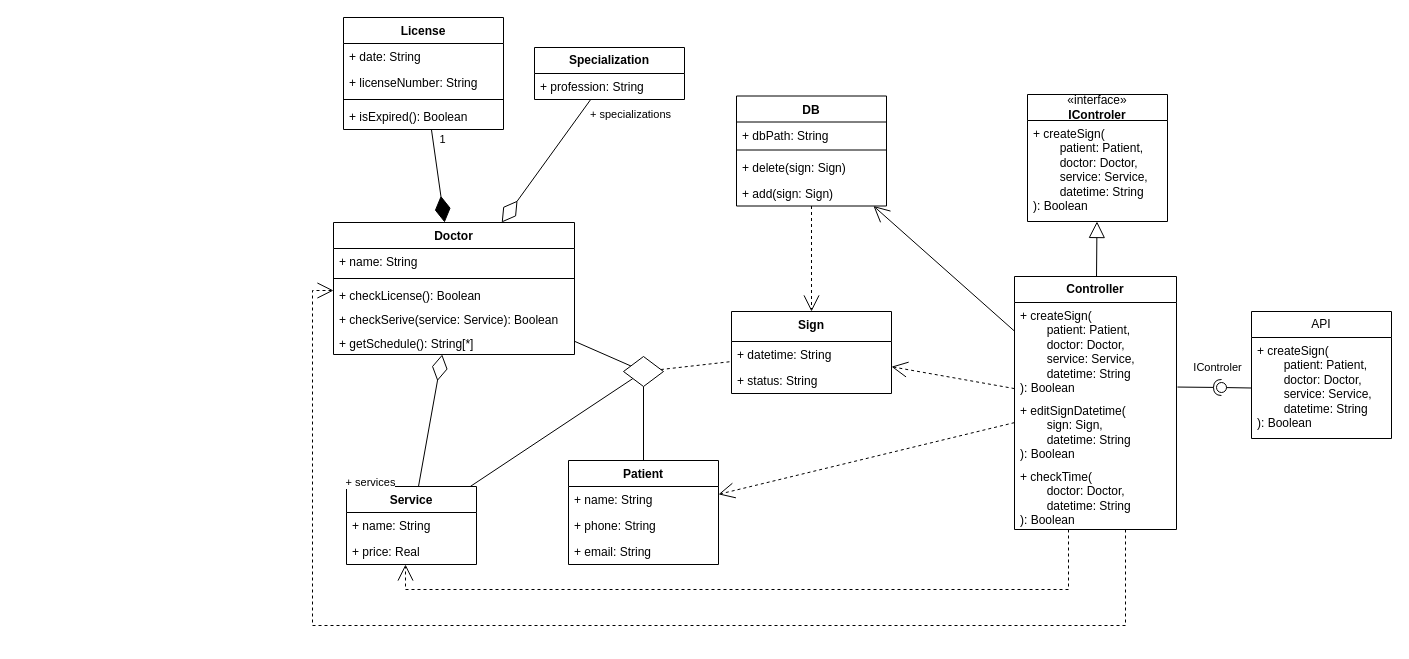
Earlier version of the draw.io diagram page "классов" (4 of 6) of 2 лаба.drawio (Encorsio23/OOAPGovorovMikhailitsinMuslimov). Source tidied: cells renumbered, new cells numbered last; positions are measured from the earlier drawing's top-left corner, leaving out a move shared by most shapes. Both pictures are drawn from the tidied source at 100%, with x=0, y=0 at pixel (312, 17).
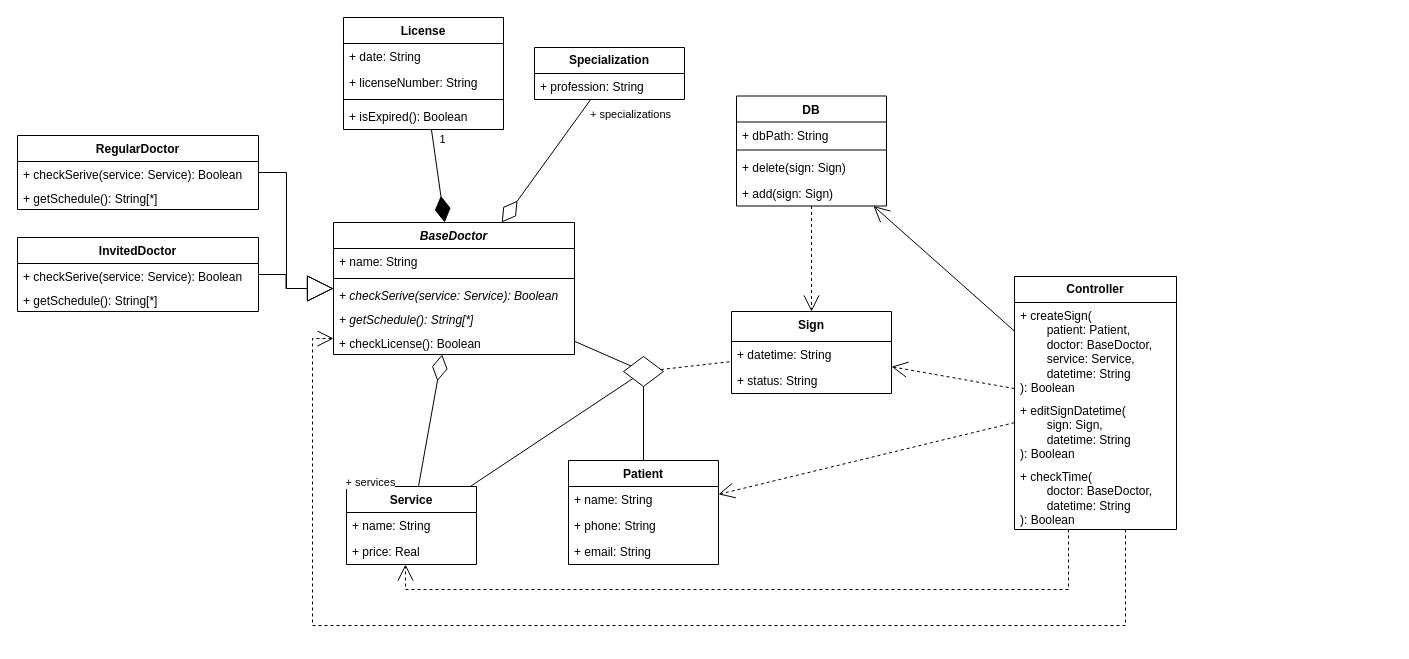
After the change.

Unchanged cells that the change refers to:
```xml
<mxCell id="30" value="&lt;span style=&quot;font-weight: 700;&quot;&gt;Controller&lt;/span&gt;" style="swimlane;fontStyle=0;horizontal=1;startSize=26;fillColor=none;whiteSpace=wrap;html=1;" parent="1" vertex="1">
  <mxGeometry x="702" y="259" width="162" height="253" as="geometry" />
</mxCell>
```

What changed in the source:
```diff
@@
+    <mxCell id="57" style="edgeStyle=orthogonalEdgeStyle;rounded=0;jettySize=auto;html=1;startArrow=block;startFill=0;endArrow=none;endFill=0;endSize=24;startSize=24;" parent="1" edge="1" source="19" target="61">
+      <mxGeometry relative="1" as="geometry" />
+    </mxCell>
-    <mxCell id="19" value="Doctor" style="swimlane;fontStyle=1;align=center;verticalAlign=top;horizontal=1;startSize=26;whiteSpace=wrap;html=1;" parent="1" vertex="1">
+    <mxCell id="19" value="&lt;i&gt;BaseDoctor&lt;/i&gt;" style="swimlane;fontStyle=1;align=center;verticalAlign=top;horizontal=1;startSize=26;whiteSpace=wrap;html=1;" parent="1" vertex="1">
       <mxGeometry x="21" y="205" width="241" height="132" as="geometry" />
     </mxCell>
@@
-    <mxCell id="22" value="+ checkLicense(): Boolean" style="text;strokeColor=none;fillColor=none;align=left;verticalAlign=top;spacingLeft=4;spacingRight=4;overflow=hidden;whiteSpace=wrap;html=1;" parent="19" vertex="1">
-      <mxGeometry y="60" width="241" height="24" as="geometry" />
-    </mxCell>
-    <mxCell id="23" value="+ checkSerive(service: Service): Boolean" style="text;strokeColor=none;fillColor=none;align=left;verticalAlign=top;spacingLeft=4;spacingRight=4;overflow=hidden;whiteSpace=wrap;html=1;" parent="19" vertex="1">
-      <mxGeometry y="84" width="241" height="24" as="geometry" />
+    <mxCell id="23" value="&lt;i&gt;+ checkSerive(service: Service): Boolean&lt;/i&gt;" style="text;strokeColor=none;fillColor=none;align=left;verticalAlign=top;spacingLeft=4;spacingRight=4;overflow=hidden;whiteSpace=wrap;html=1;" parent="19" vertex="1">
+      <mxGeometry y="60" width="241" height="24" as="geometry" />
     </mxCell>
-    <mxCell id="24" value="+ getSchedule(): String[*]" style="text;strokeColor=none;fillColor=none;align=left;verticalAlign=top;spacingLeft=4;spacingRight=4;overflow=hidden;whiteSpace=wrap;html=1;" parent="19" vertex="1">
-      <mxGeometry y="108" width="241" height="24" as="geometry" />
+    <mxCell id="24" value="&lt;i&gt;+ getSchedule(): String[*]&lt;/i&gt;" style="text;strokeColor=none;fillColor=none;align=left;verticalAlign=top;spacingLeft=4;spacingRight=4;overflow=hidden;whiteSpace=wrap;html=1;" parent="19" vertex="1">
+      <mxGeometry y="84" width="241" height="24" as="geometry" />
     </mxCell>
-    <mxCell id="25" style="rounded=0;jettySize=auto;html=1;startArrow=block;startFill=0;endArrow=none;endFill=0;startSize=14;" parent="1" edge="1" source="26" target="30">
-      <mxGeometry relative="1" as="geometry" />
-    </mxCell>
-    <mxCell id="26" value="«interface»&lt;br&gt;&lt;b&gt;IControler&lt;/b&gt;" style="swimlane;fontStyle=0;horizontal=1;startSize=26;fillColor=none;whiteSpace=wrap;html=1;" parent="1" vertex="1">
-      <mxGeometry x="715" y="77" width="140" height="127" as="geometry" />
-    </mxCell>
-    <mxCell id="27" value="+ createSign(&lt;div&gt;&lt;span style=&quot;white-space: pre;&quot;&gt;&#9;&lt;/span&gt;patient: Patient,&lt;/div&gt;&lt;div&gt;&lt;span style=&quot;white-space: pre;&quot;&gt;&#9;&lt;/span&gt;doctor: Doctor,&lt;/div&gt;&lt;div&gt;&lt;span style=&quot;white-space: pre;&quot;&gt;&#9;&lt;/span&gt;service: Service,&lt;/div&gt;&lt;div&gt;&lt;span style=&quot;white-space: pre;&quot;&gt;&#9;&lt;/span&gt;datetime: String&lt;/div&gt;&lt;div&gt;):&amp;nbsp;&lt;span style=&quot;background-color: transparent; color: light-dark(rgb(0, 0, 0), rgb(255, 255, 255));&quot;&gt;Boolean&lt;/span&gt;&lt;/div&gt;" style="text;strokeColor=none;fillColor=none;align=left;verticalAlign=top;spacingLeft=4;spacingRight=4;overflow=hidden;whiteSpace=wrap;html=1;" parent="26" vertex="1">
-      <mxGeometry y="26" width="140" height="101" as="geometry" />
-    </mxCell>
+    <mxCell id="22" value="+ checkLicense(): Boolean" style="text;strokeColor=none;fillColor=none;align=left;verticalAlign=top;spacingLeft=4;spacingRight=4;overflow=hidden;whiteSpace=wrap;html=1;" parent="19" vertex="1">
+      <mxGeometry y="108" width="241" height="24" as="geometry" />
+    </mxCell>
@@
-    <mxCell id="31" value="+ createSign(&lt;div&gt;&lt;span style=&quot;white-space: pre;&quot;&gt;&#9;&lt;/span&gt;patient: Patient,&lt;/div&gt;&lt;div&gt;&lt;span style=&quot;white-space: pre;&quot;&gt;&#9;&lt;/span&gt;doctor: Doctor,&lt;/div&gt;&lt;div&gt;&lt;span style=&quot;white-space: pre;&quot;&gt;&#9;&lt;/span&gt;service: Service,&lt;/div&gt;&lt;div&gt;&lt;div&gt;&lt;span style=&quot;white-space: pre;&quot;&gt;&#9;&lt;/span&gt;datetime: String&lt;/div&gt;&lt;/div&gt;&lt;div&gt;):&amp;nbsp;&lt;span style=&quot;background-color: transparent; color: light-dark(rgb(0, 0, 0), rgb(255, 255, 255));&quot;&gt;Boolean&lt;/span&gt;&lt;/div&gt;" style="text;strokeColor=none;fillColor=none;align=left;verticalAlign=top;spacingLeft=4;spacingRight=4;overflow=hidden;points=[[0,0.5],[1,0.5]];portConstraint=eastwest;whiteSpace=wrap;html=1;" parent="30" vertex="1">
+    <mxCell id="31" value="+ createSign(&lt;div&gt;&lt;span style=&quot;white-space: pre;&quot;&gt;&#9;&lt;/span&gt;patient: Patient,&lt;/div&gt;&lt;div&gt;&lt;span style=&quot;white-space: pre;&quot;&gt;&#9;&lt;/span&gt;doctor: BaseDoctor,&lt;/div&gt;&lt;div&gt;&lt;span style=&quot;white-space: pre;&quot;&gt;&#9;&lt;/span&gt;service: Service,&lt;/div&gt;&lt;div&gt;&lt;div&gt;&lt;span style=&quot;white-space: pre;&quot;&gt;&#9;&lt;/span&gt;datetime: String&lt;/div&gt;&lt;/div&gt;&lt;div&gt;):&amp;nbsp;&lt;span style=&quot;background-color: transparent; color: light-dark(rgb(0, 0, 0), rgb(255, 255, 255));&quot;&gt;Boolean&lt;/span&gt;&lt;/div&gt;" style="text;strokeColor=none;fillColor=none;align=left;verticalAlign=top;spacingLeft=4;spacingRight=4;overflow=hidden;points=[[0,0.5],[1,0.5]];portConstraint=eastwest;whiteSpace=wrap;html=1;" parent="30" vertex="1">
       <mxGeometry y="26" width="162" height="95" as="geometry" />
     </mxCell>
@@
-    <mxCell id="33" value="+ checkTime(&lt;div&gt;&lt;span style=&quot;white-space: pre;&quot;&gt;&#9;&lt;/span&gt;doctor: Doctor,&lt;/div&gt;&lt;div&gt;&lt;span style=&quot;white-space: pre;&quot;&gt;&#9;&lt;/span&gt;datetime: String&lt;br&gt;&lt;/div&gt;&lt;div&gt;): Boolean&lt;/div&gt;" style="text;strokeColor=none;fillColor=none;align=left;verticalAlign=top;spacingLeft=4;spacingRight=4;overflow=hidden;whiteSpace=wrap;html=1;" parent="30" vertex="1">
+    <mxCell id="33" value="+ checkTime(&lt;div&gt;&lt;span style=&quot;white-space: pre;&quot;&gt;&#9;&lt;/span&gt;doctor: BaseDoctor,&lt;/div&gt;&lt;div&gt;&lt;span style=&quot;white-space: pre;&quot;&gt;&#9;&lt;/span&gt;datetime: String&lt;br&gt;&lt;/div&gt;&lt;div&gt;): Boolean&lt;/div&gt;" style="text;strokeColor=none;fillColor=none;align=left;verticalAlign=top;spacingLeft=4;spacingRight=4;overflow=hidden;whiteSpace=wrap;html=1;" parent="30" vertex="1">
       <mxGeometry y="187" width="162" height="66" as="geometry" />
     </mxCell>
@@
     <mxCell id="47" style="edgeStyle=orthogonalEdgeStyle;rounded=0;jettySize=auto;html=1;dashed=1;endArrow=open;endFill=0;endSize=14;" parent="1" edge="1" source="30" target="19">
       <mxGeometry relative="1" as="geometry">
         <Array as="points">
           <mxPoint x="813" y="608" />
           <mxPoint y="608" />
-          <mxPoint y="273" />
+          <mxPoint y="321" />
         </Array>
       </mxGeometry>
     </mxCell>
@@
-    <mxCell id="51" value="API" style="swimlane;fontStyle=0;horizontal=1;startSize=26;fillColor=none;whiteSpace=wrap;html=1;" parent="1" vertex="1">
-      <mxGeometry x="939" y="294" width="140" height="127" as="geometry" />
-    </mxCell>
-    <mxCell id="52" value="+ createSign(&lt;div&gt;&lt;span style=&quot;white-space: pre;&quot;&gt;&#9;&lt;/span&gt;patient: Patient,&lt;/div&gt;&lt;div&gt;&lt;span style=&quot;white-space: pre;&quot;&gt;&#9;&lt;/span&gt;doctor: Doctor,&lt;/div&gt;&lt;div&gt;&lt;span style=&quot;white-space: pre;&quot;&gt;&#9;&lt;/span&gt;service: Service,&lt;/div&gt;&lt;div&gt;&lt;span style=&quot;white-space: pre;&quot;&gt;&#9;&lt;/span&gt;datetime: String&lt;/div&gt;&lt;div&gt;):&amp;nbsp;&lt;span style=&quot;background-color: transparent; color: light-dark(rgb(0, 0, 0), rgb(255, 255, 255));&quot;&gt;Boolean&lt;/span&gt;&lt;/div&gt;" style="text;strokeColor=none;fillColor=none;align=left;verticalAlign=top;spacingLeft=4;spacingRight=4;overflow=hidden;points=[[0,0.5],[1,0.5]];portConstraint=eastwest;whiteSpace=wrap;html=1;" parent="51" vertex="1">
-      <mxGeometry y="26" width="140" height="101" as="geometry" />
-    </mxCell>
-    <mxCell id="53" style="rounded=0;jettySize=auto;html=1;endArrow=halfCircle;endFill=0;endSize=6;strokeWidth=1;sketch=0;exitX=1.006;exitY=0.89;exitDx=0;exitDy=0;exitPerimeter=0;" parent="1" edge="1" source="31">
-      <mxGeometry relative="1" as="geometry">
-        <mxPoint x="909" y="370" as="targetPoint" />
-      </mxGeometry>
-    </mxCell>
-    <mxCell id="54" value="IControler" style="edgeLabel;html=1;align=center;verticalAlign=middle;" parent="53" vertex="1">
-      <mxGeometry x="0.45" relative="1" as="geometry">
-        <mxPoint x="8" y="-20" as="offset" />
-      </mxGeometry>
-    </mxCell>
-    <mxCell id="55" style="rounded=0;jettySize=auto;html=1;endArrow=oval;endFill=0;sketch=0;sourcePerimeterSpacing=0;targetPerimeterSpacing=0;endSize=10;exitX=0;exitY=0.5;exitDx=0;exitDy=0;" parent="1" edge="1" source="52">
-      <mxGeometry relative="1" as="geometry">
-        <mxPoint x="909" y="370" as="targetPoint" />
-      </mxGeometry>
-    </mxCell>
-    <mxCell id="56" style="ellipse;whiteSpace=wrap;html=1;align=center;fillColor=none;strokeColor=none;perimeter=centerPerimeter;" parent="1" vertex="1">
-      <mxGeometry x="895" y="148.5" width="10" height="10" as="geometry" />
-    </mxCell>
+    <mxCell id="58" value="RegularDoctor" style="swimlane;fontStyle=1;align=center;verticalAlign=top;horizontal=1;startSize=26;whiteSpace=wrap;html=1;" parent="1" vertex="1">
+      <mxGeometry x="-295" y="118" width="241" height="74" as="geometry" />
+    </mxCell>
+    <mxCell id="59" value="+ checkSerive(service: Service): Boolean" style="text;strokeColor=none;fillColor=none;align=left;verticalAlign=top;spacingLeft=4;spacingRight=4;overflow=hidden;whiteSpace=wrap;html=1;" parent="58" vertex="1">
+      <mxGeometry y="26" width="241" height="24" as="geometry" />
+    </mxCell>
+    <mxCell id="60" value="+ getSchedule(): String[*]" style="text;strokeColor=none;fillColor=none;align=left;verticalAlign=top;spacingLeft=4;spacingRight=4;overflow=hidden;whiteSpace=wrap;html=1;" parent="58" vertex="1">
+      <mxGeometry y="50" width="241" height="24" as="geometry" />
+    </mxCell>
+    <mxCell id="61" value="InvitedDoctor" style="swimlane;fontStyle=1;align=center;verticalAlign=top;horizontal=1;startSize=26;whiteSpace=wrap;html=1;" parent="1" vertex="1">
+      <mxGeometry x="-295" y="220" width="241" height="74" as="geometry" />
+    </mxCell>
+    <mxCell id="62" value="+ checkSerive(service: Service): Boolean" style="text;strokeColor=none;fillColor=none;align=left;verticalAlign=top;spacingLeft=4;spacingRight=4;overflow=hidden;whiteSpace=wrap;html=1;" parent="61" vertex="1">
+      <mxGeometry y="26" width="241" height="24" as="geometry" />
+    </mxCell>
+    <mxCell id="63" value="+ getSchedule(): String[*]" style="text;strokeColor=none;fillColor=none;align=left;verticalAlign=top;spacingLeft=4;spacingRight=4;overflow=hidden;whiteSpace=wrap;html=1;" parent="61" vertex="1">
+      <mxGeometry y="50" width="241" height="24" as="geometry" />
+    </mxCell>
+    <mxCell id="64" style="edgeStyle=orthogonalEdgeStyle;rounded=0;jettySize=auto;html=1;startArrow=block;startFill=0;endArrow=none;endFill=0;endSize=24;startSize=24;" parent="1" edge="1" source="19" target="58">
+      <mxGeometry relative="1" as="geometry">
+        <Array as="points">
+          <mxPoint x="-26" y="271" />
+          <mxPoint x="-26" y="155" />
+        </Array>
+      </mxGeometry>
+    </mxCell>
```
